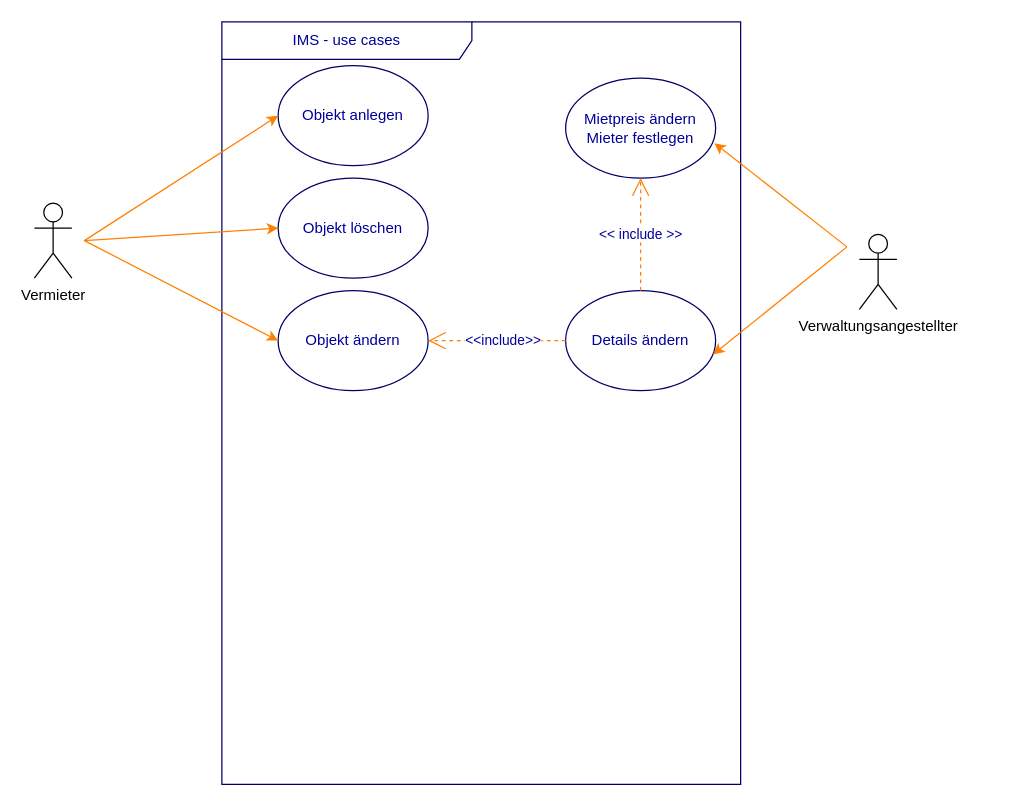
This is diagramms/uml.drawio from mxmueller/immobilien-management-system, a draw.io file, before an edit. Source tidied: cells renumbered, new cells numbered last; positions are measured from the earlier drawing's top-left corner, leaving out a move shared by most shapes. Both pictures are drawn from the tidied source at 125%, with x=0, y=0 at pixel (34, 21).
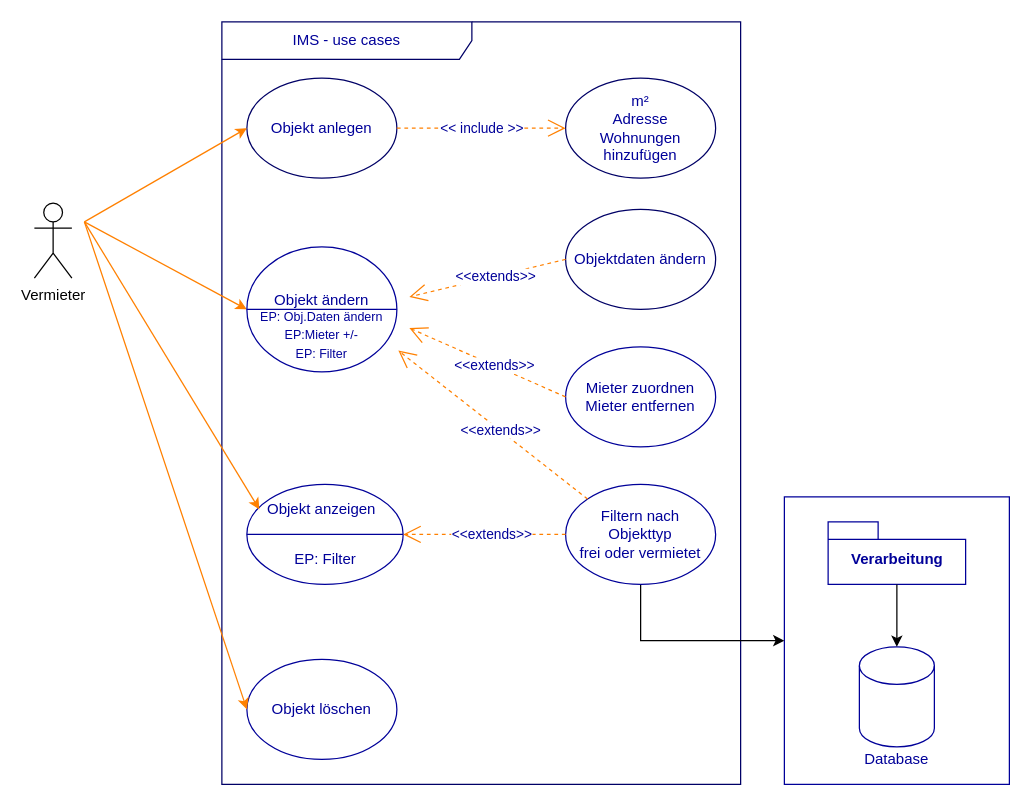
The same page after the edit.

Change to the diagram source:
```diff
@@
+    <mxCell id="17" style="rounded=0;whiteSpace=wrap;html=1;strokeColor=#000099;fontColor=#000099;" parent="1" vertex="1">
+      <mxGeometry x="600" y="380" width="180" height="230" as="geometry" />
+    </mxCell>
@@
     <mxCell id="3" value="Objekt anlegen" style="ellipse;whiteSpace=wrap;html=1;strokeColor=#000066;fontColor=#000099;fillColor=none;" parent="1" vertex="1">
-      <mxGeometry x="195" y="35" width="120" height="80" as="geometry" />
+      <mxGeometry x="170" y="45" width="120" height="80" as="geometry" />
     </mxCell>
-    <mxCell id="4" value="Objekt löschen" style="ellipse;whiteSpace=wrap;html=1;strokeColor=#000066;fontColor=#000099;fillColor=none;" parent="1" vertex="1">
-      <mxGeometry x="195" y="125" width="120" height="80" as="geometry" />
+    <mxCell id="4" value="Objekt löschen" style="ellipse;whiteSpace=wrap;html=1;fontColor=#000099;fillColor=none;strokeColor=#000099;" parent="1" vertex="1">
+      <mxGeometry x="170" y="510" width="120" height="80" as="geometry" />
     </mxCell>
-    <mxCell id="5" value="Objekt ändern" style="ellipse;whiteSpace=wrap;html=1;strokeColor=#000066;fontColor=#000099;fillColor=none;" parent="1" vertex="1">
-      <mxGeometry x="195" y="215" width="120" height="80" as="geometry" />
-    </mxCell>
-    <mxCell id="6" value="Details ändern" style="ellipse;whiteSpace=wrap;html=1;strokeColor=#000066;fontColor=#000099;fillColor=none;" parent="1" vertex="1">
-      <mxGeometry x="425" y="215" width="120" height="80" as="geometry" />
+    <mxCell id="6" value="Objektdaten ändern" style="ellipse;whiteSpace=wrap;html=1;strokeColor=#000066;fontColor=#000099;fillColor=none;" parent="1" vertex="1">
+      <mxGeometry x="425" y="150" width="120" height="80" as="geometry" />
     </mxCell>
-    <mxCell id="7" value="&lt;div&gt;Mietpreis ändern&lt;/div&gt;&lt;div&gt;Mieter festlegen&lt;br&gt;&lt;/div&gt;" style="ellipse;whiteSpace=wrap;html=1;strokeColor=#000066;fontColor=#000099;fillColor=none;" parent="1" vertex="1">
+    <mxCell id="7" value="&lt;div&gt;m²&lt;/div&gt;&lt;div&gt;Adresse&lt;/div&gt;&lt;div&gt;Wohnungen&lt;/div&gt;&lt;div&gt;hinzufügen&lt;/div&gt;" style="ellipse;whiteSpace=wrap;html=1;strokeColor=#000066;fontColor=#000099;fillColor=none;" parent="1" vertex="1">
       <mxGeometry x="425" y="45" width="120" height="80" as="geometry" />
     </mxCell>
-    <mxCell id="8" style="html=1;exitX=1;exitY=0.3333333333333333;exitPerimeter=0;entryX=0;entryY=0.5;jettySize=auto;fillColor=#f8cecc;strokeColor=#FF8000;curved=1;fontColor=#000099;" parent="1" edge="1" target="3">
+    <mxCell id="8" style="html=1;entryX=0;entryY=0.5;jettySize=auto;fillColor=#f8cecc;strokeColor=#FF8000;curved=1;fontColor=#000099;" parent="1" edge="1" target="3">
       <mxGeometry relative="1" as="geometry">
-        <mxPoint x="40" y="175" as="sourcePoint" />
+        <mxPoint x="40" y="160" as="sourcePoint" />
       </mxGeometry>
     </mxCell>
-    <mxCell id="9" style="html=1;exitX=1;exitY=0.3333333333333333;exitPerimeter=0;entryX=0;entryY=0.5;jettySize=auto;curved=1;fontColor=#000099;strokeColor=#FF8000;" parent="1" edge="1" target="4">
+    <mxCell id="9" style="html=1;entryX=0;entryY=0.5;jettySize=auto;curved=1;fontColor=#000099;strokeColor=#FF8000;" parent="1" edge="1" target="4">
       <mxGeometry relative="1" as="geometry">
-        <mxPoint x="40" y="175" as="sourcePoint" />
+        <mxPoint x="40" y="160" as="sourcePoint" />
       </mxGeometry>
     </mxCell>
-    <mxCell id="10" style="edgeStyle=none;curved=1;html=1;exitX=1;exitY=0.3333333333333333;exitPerimeter=0;entryX=0;entryY=0.5;jettySize=auto;strokeColor=#FF8000;fontColor=#000099;" parent="1" edge="1" target="5">
+    <mxCell id="10" style="edgeStyle=none;curved=1;html=1;entryX=0;entryY=0.5;jettySize=auto;orthogonalLoop=1;strokeColor=#FF8000;fontColor=#000099;" parent="1" edge="1">
       <mxGeometry relative="1" as="geometry">
-        <mxPoint x="40" y="175" as="sourcePoint" />
+        <mxPoint x="40" y="160" as="sourcePoint" />
+        <mxPoint x="170" y="230" as="targetPoint" />
       </mxGeometry>
     </mxCell>
-    <mxCell id="11" style="rounded=0;html=1;jettySize=auto;fontColor=#000099;strokeColor=#FF8000;entryX=0.992;entryY=0.65;entryDx=0;entryDy=0;entryPerimeter=0;" parent="1" edge="1" target="7">
-      <mxGeometry relative="1" as="geometry">
-        <mxPoint x="650" y="180" as="sourcePoint" />
-      </mxGeometry>
-    </mxCell>
-    <mxCell id="12" style="edgeStyle=none;html=1;entryX=0.983;entryY=0.638;jettySize=auto;strokeColor=#FF8000;rounded=1;fontColor=#000099;entryDx=0;entryDy=0;entryPerimeter=0;" parent="1" edge="1" target="6">
-      <mxGeometry relative="1" as="geometry">
-        <mxPoint x="650" y="180" as="sourcePoint" />
-      </mxGeometry>
-    </mxCell>
-    <mxCell id="13" value="&amp;lt;&amp;lt;include&amp;gt;&amp;gt;" style="endArrow=open;endSize=12;dashed=1;html=1;entryX=1;entryY=0.5;exitX=0;exitY=0.5;fontColor=#000099;strokeColor=#FF8000;" parent="1" edge="1" source="6" target="5">
-      <mxGeometry x="-0.09" relative="1" as="geometry" />
+    <mxCell id="13" value="&amp;lt;&amp;lt;extends&amp;gt;&amp;gt;" style="endArrow=open;endSize=12;dashed=1;html=1;exitX=0;exitY=0.5;fontColor=#000099;strokeColor=#FF8000;" parent="1" edge="1" source="6">
+      <mxGeometry x="-0.09" relative="1" as="geometry">
+        <mxPoint x="300" y="220" as="targetPoint" />
+      </mxGeometry>
     </mxCell>
-    <mxCell id="14" value="&amp;lt;&amp;lt; include &amp;gt;&amp;gt;" style="endArrow=open;endSize=12;dashed=1;html=1;exitX=0.5;exitY=0;entryX=0.5;entryY=1;fontColor=#000099;strokeColor=#FF8000;" parent="1" edge="1" source="6" target="7">
+    <mxCell id="14" value="&amp;lt;&amp;lt; include &amp;gt;&amp;gt;" style="endArrow=open;endSize=12;dashed=1;html=1;exitX=1;exitY=0.5;entryX=0;entryY=0.5;fontColor=#000099;strokeColor=#FF8000;exitDx=0;exitDy=0;entryDx=0;entryDy=0;" parent="1" edge="1" source="3" target="7">
       <mxGeometry relative="1" as="geometry" />
     </mxCell>
@@
-    <mxCell id="16" value="Verwaltungsangestellter" style="shape=umlActor;verticalLabelPosition=bottom;verticalAlign=top;html=1;" parent="1" vertex="1">
-      <mxGeometry x="660" y="170" width="30" height="60" as="geometry" />
-    </mxCell>
+    <mxCell id="18" style="shape=lineEllipse;perimeter=ellipsePerimeter;whiteSpace=wrap;html=1;backgroundOutline=1;strokeColor=#000099;" parent="1" vertex="1">
+      <mxGeometry x="170" y="370" width="125" height="80" as="geometry" />
+    </mxCell>
+    <mxCell id="19" value="Mieter zuordnen&lt;br&gt;Mieter entfernen" style="ellipse;whiteSpace=wrap;html=1;strokeColor=#000099;fontColor=#000099;" parent="1" vertex="1">
+      <mxGeometry x="425" y="260" width="120" height="80" as="geometry" />
+    </mxCell>
+    <mxCell id="20" value="&amp;lt;&amp;lt;extends&amp;gt;&amp;gt;" style="endArrow=open;endSize=12;dashed=1;html=1;exitX=0;exitY=0.5;fontColor=#000099;strokeColor=#FF8000;exitDx=0;exitDy=0;entryX=1;entryY=0.25;entryDx=0;entryDy=0;" parent="1" edge="1" source="19" target="21">
+      <mxGeometry x="-0.09" relative="1" as="geometry" />
+    </mxCell>
+    <mxCell id="5" value="Objekt ändern&lt;br&gt;&lt;br&gt;" style="shape=lineEllipse;perimeter=ellipsePerimeter;whiteSpace=wrap;html=1;backgroundOutline=1;strokeColor=#000099;fontColor=#000099;align=center;" parent="1" vertex="1">
+      <mxGeometry x="170" y="180" width="120" height="100" as="geometry" />
+    </mxCell>
+    <mxCell id="21" value="&lt;font style=&quot;font-size: 10px&quot;&gt;EP: Obj.Daten ändern&lt;br&gt;EP:Mieter +/-&lt;br&gt;EP: Filter&lt;br&gt;&lt;/font&gt;" style="text;html=1;strokeColor=none;fillColor=none;align=center;verticalAlign=middle;whiteSpace=wrap;rounded=0;fontColor=#000099;" parent="1" vertex="1">
+      <mxGeometry x="160" y="240" width="140" height="20" as="geometry" />
+    </mxCell>
+    <mxCell id="22" value="Objekt anzeigen" style="text;html=1;strokeColor=none;fillColor=none;align=center;verticalAlign=middle;whiteSpace=wrap;rounded=0;fontColor=#000099;" parent="1" vertex="1">
+      <mxGeometry x="180" y="380" width="100" height="20" as="geometry" />
+    </mxCell>
+    <mxCell id="23" style="edgeStyle=orthogonalEdgeStyle;rounded=0;jettySize=auto;html=1;exitX=0.5;exitY=1;exitDx=0;exitDy=0;fontColor=#000099;" parent="1" edge="1" source="24" target="17">
+      <mxGeometry relative="1" as="geometry" />
+    </mxCell>
+    <mxCell id="24" value="Filtern nach&lt;br&gt;Objekttyp&lt;br&gt;frei oder vermietet" style="ellipse;whiteSpace=wrap;html=1;strokeColor=#000099;fontColor=#000099;" parent="1" vertex="1">
+      <mxGeometry x="425" y="370" width="120" height="80" as="geometry" />
+    </mxCell>
+    <mxCell id="25" value="&amp;lt;&amp;lt;extends&amp;gt;&amp;gt;" style="endArrow=open;endSize=12;dashed=1;html=1;exitX=0;exitY=0;fontColor=#000099;strokeColor=#FF8000;exitDx=0;exitDy=0;entryX=0.937;entryY=1.15;entryDx=0;entryDy=0;entryPerimeter=0;" parent="1" edge="1" source="24" target="21">
+      <mxGeometry x="-0.09" relative="1" as="geometry" />
+    </mxCell>
+    <mxCell id="26" value="&amp;lt;&amp;lt;extends&amp;gt;&amp;gt;" style="endArrow=open;endSize=12;dashed=1;html=1;exitX=0;exitY=0.5;fontColor=#000099;strokeColor=#FF8000;exitDx=0;exitDy=0;" parent="1" edge="1" source="24" target="18">
+      <mxGeometry x="-0.09" relative="1" as="geometry" />
+    </mxCell>
+    <mxCell id="27" value="EP: Filter" style="text;html=1;strokeColor=none;fillColor=none;align=center;verticalAlign=middle;whiteSpace=wrap;rounded=0;fontColor=#000099;" parent="1" vertex="1">
+      <mxGeometry x="202.5" y="420" width="60" height="20" as="geometry" />
+    </mxCell>
+    <mxCell id="28" style="shape=cylinder3;whiteSpace=wrap;html=1;boundedLbl=1;backgroundOutline=1;size=15;strokeColor=#000099;fontColor=#000099;" parent="1" vertex="1">
+      <mxGeometry x="660" y="500" width="60" height="80" as="geometry" />
+    </mxCell>
+    <mxCell id="29" value="Database" style="text;html=1;strokeColor=none;fillColor=none;align=center;verticalAlign=middle;whiteSpace=wrap;rounded=0;fontColor=#000099;" parent="1" vertex="1">
+      <mxGeometry x="670" y="580" width="40" height="20" as="geometry" />
+    </mxCell>
+    <mxCell id="30" value="Verarbeitung" style="shape=folder;fontStyle=1;spacingTop=10;tabWidth=40;tabHeight=14;tabPosition=left;html=1;strokeColor=#000099;fontColor=#000099;" parent="1" vertex="1">
+      <mxGeometry x="635" y="400" width="110" height="50" as="geometry" />
+    </mxCell>
+    <mxCell id="31" style="endArrow=classic;html=1;fontColor=#000099;entryX=0.5;entryY=0;entryDx=0;entryDy=0;entryPerimeter=0;exitX=0.5;exitY=1;exitDx=0;exitDy=0;exitPerimeter=0;" parent="1" edge="1" source="30" target="28">
+      <mxGeometry relative="1" as="geometry" />
+    </mxCell>
+    <mxCell id="32" style="html=1;entryX=0;entryY=0.5;jettySize=auto;curved=1;fontColor=#000099;strokeColor=#FF8000;entryDx=0;entryDy=0;" parent="1" edge="1" target="22">
+      <mxGeometry relative="1" as="geometry">
+        <mxPoint x="40" y="160" as="sourcePoint" />
+      </mxGeometry>
+    </mxCell>
```
